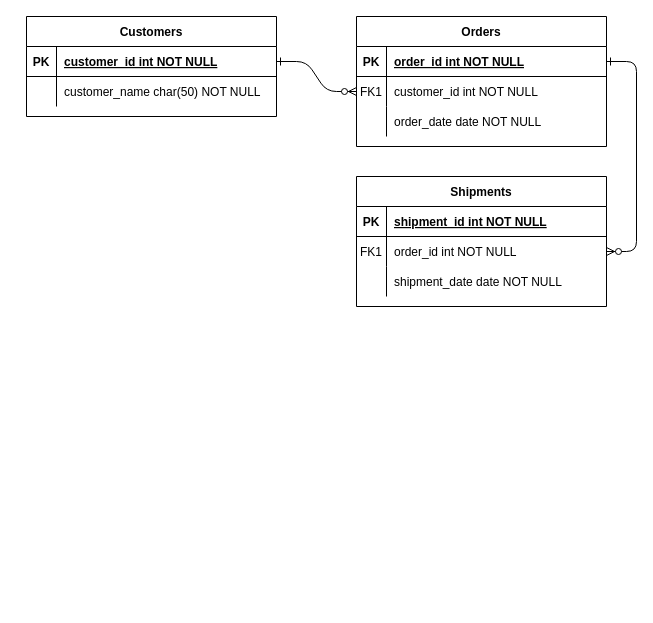
The draw.io diagram ER.drawio in ichiro-ss/paper-share, before the edit. Source tidied: cells renumbered, new cells numbered last; positions are measured from the earlier drawing's top-left corner, leaving out a move shared by most shapes. Both pictures are drawn from the tidied source at 100%, with x=0, y=0 at pixel (26, 16).
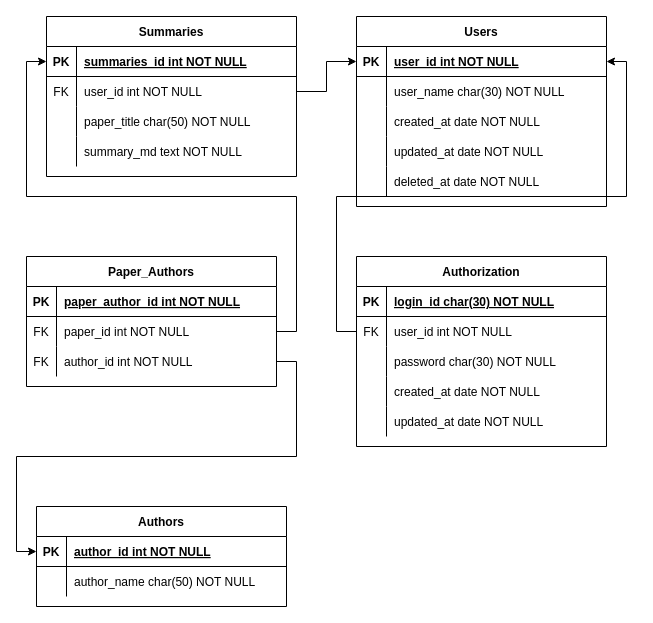
The same page after the edit.

Commit message:
ER.drawio を更新します

Unchanged cells that the change refers to:
```xml
<mxCell id="8" style="shape=partialRectangle;fillColor=none;points=[[0,0.5],[1,0.5]];portConstraint=eastwest;top=0;left=0;right=0;bottom=0;" parent="4" vertex="1">
  <mxGeometry y="60" width="250" height="30" as="geometry" />
</mxCell>
<mxCell id="11" style="shape=partialRectangle;fillColor=none;top=0;left=0;right=0;bottom=0;" parent="4" vertex="1">
  <mxGeometry y="90" width="250" height="30" as="geometry" />
</mxCell>
<mxCell id="15" style="shape=partialRectangle;fillColor=none;points=[[0,0.5],[1,0.5]];portConstraint=eastwest;top=0;left=0;right=0;bottom=1;" parent="14" vertex="1">
  <mxGeometry y="30" width="250" height="30" as="geometry" />
</mxCell>
<mxCell id="18" style="shape=partialRectangle;fillColor=none;points=[[0,0.5],[1,0.5]];portConstraint=eastwest;top=0;left=0;right=0;bottom=0;" parent="14" vertex="1">
  <mxGeometry y="60" width="250" height="30" as="geometry" />
</mxCell>
<mxCell id="25" style="shape=partialRectangle;fillColor=none;points=[[0,0.5],[1,0.5]];portConstraint=eastwest;top=0;left=0;right=0;bottom=1;" parent="24" vertex="1">
  <mxGeometry y="30" width="250" height="30" as="geometry" />
</mxCell>
<mxCell id="28" style="shape=partialRectangle;fillColor=none;points=[[0,0.5],[1,0.5]];portConstraint=eastwest;top=0;left=0;right=0;bottom=0;" parent="24" vertex="1">
  <mxGeometry y="60" width="250" height="30" as="geometry" />
</mxCell>
```

Diff of the diagram source:
```diff
@@
-    <mxCell id="2" style="edgeStyle=entityRelationEdgeStyle;endArrow=ERzeroToMany;startArrow=ERone;endFill=1;startFill=0;" parent="1" edge="1" source="25" target="8">
-      <mxGeometry relative="1" as="geometry" />
-    </mxCell>
-    <mxCell id="3" style="edgeStyle=entityRelationEdgeStyle;endArrow=ERzeroToMany;startArrow=ERone;endFill=1;startFill=0;" parent="1" edge="1" source="5" target="18">
-      <mxGeometry relative="1" as="geometry" />
-    </mxCell>
-    <mxCell id="4" value="Orders" style="shape=table;startSize=30;childLayout=tableLayout;rowLines=0;fontStyle=1;align=center;" parent="1" vertex="1">
-      <mxGeometry x="330" width="250" height="130" as="geometry" />
+    <mxCell id="4" value="Users" style="shape=table;startSize=30;childLayout=tableLayout;rowLines=0;fontStyle=1;align=center;" parent="1" vertex="1">
+      <mxGeometry x="330" width="250" height="190" as="geometry" />
     </mxCell>
-    <mxCell id="5" style="shape=partialRectangle;fillColor=none;points=[[0,0.5],[1,0.5]];portConstraint=eastwest;top=0;left=0;right=0;bottom=1;" parent="4" vertex="1">
-      <mxGeometry y="30" width="250" height="30" as="geometry" />
-    </mxCell>
-    <mxCell id="6" value="PK" style="shape=partialRectangle;overflow=hidden;fillColor=none;top=0;left=0;bottom=0;right=0;fontStyle=1;" parent="5" vertex="1">
-      <mxGeometry width="30" height="30" as="geometry" />
-    </mxCell>
-    <mxCell id="7" value="order_id int NOT NULL " style="shape=partialRectangle;overflow=hidden;fillColor=none;top=0;left=0;bottom=0;right=0;align=left;spacingLeft=6;fontStyle=5;" parent="5" vertex="1">
-      <mxGeometry x="30" width="220" height="30" as="geometry" />
-    </mxCell>
+    <mxCell id="31" style="shape=partialRectangle;fillColor=none;points=[[0,0.5],[1,0.5]];portConstraint=eastwest;top=0;left=0;right=0;bottom=1;" parent="4" vertex="1">
+      <mxGeometry y="30" width="250" height="30" as="geometry" />
+    </mxCell>
+    <mxCell id="32" value="PK" style="shape=partialRectangle;overflow=hidden;fillColor=none;top=0;left=0;bottom=0;right=0;fontStyle=1;" parent="31" vertex="1">
+      <mxGeometry width="30" height="30" as="geometry" />
+    </mxCell>
+    <mxCell id="33" value="user_id int NOT NULL " style="shape=partialRectangle;overflow=hidden;fillColor=none;top=0;left=0;bottom=0;right=0;align=left;spacingLeft=6;fontStyle=5;" parent="31" vertex="1">
+      <mxGeometry x="30" width="220" height="30" as="geometry" />
+    </mxCell>
@@
-    <mxCell id="9" value="FK1" style="shape=partialRectangle;overflow=hidden;fillColor=none;top=0;left=0;bottom=0;right=0;" parent="8" vertex="1">
+    <mxCell id="9" style="shape=partialRectangle;overflow=hidden;fillColor=none;top=0;left=0;bottom=0;right=0;" parent="8" vertex="1">
       <mxGeometry width="30" height="30" as="geometry" />
     </mxCell>
-    <mxCell id="10" value="customer_id int NOT NULL" style="shape=partialRectangle;overflow=hidden;fillColor=none;top=0;left=0;bottom=0;right=0;align=left;spacingLeft=6;" parent="8" vertex="1">
+    <mxCell id="10" value="user_name char(30) NOT NULL" style="shape=partialRectangle;overflow=hidden;fillColor=none;top=0;left=0;bottom=0;right=0;align=left;spacingLeft=6;" parent="8" vertex="1">
       <mxGeometry x="30" width="220" height="30" as="geometry" />
     </mxCell>
@@
-    <mxCell id="13" value="order_date date NOT NULL" style="shape=partialRectangle;overflow=hidden;fillColor=none;top=0;left=0;bottom=0;right=0;align=left;spacingLeft=6;" parent="11" vertex="1">
+    <mxCell id="13" value="created_at date NOT NULL" style="shape=partialRectangle;overflow=hidden;fillColor=none;top=0;left=0;bottom=0;right=0;align=left;spacingLeft=6;" parent="11" vertex="1">
       <mxGeometry x="30" width="220" height="30" as="geometry" />
     </mxCell>
+    <mxCell id="34" style="shape=partialRectangle;fillColor=none;top=0;left=0;right=0;bottom=0;" parent="4" vertex="1">
+      <mxGeometry y="120" width="250" height="30" as="geometry" />
+    </mxCell>
+    <mxCell id="35" style="shape=partialRectangle;overflow=hidden;fillColor=none;top=0;left=0;bottom=0;right=0;" parent="34" vertex="1">
+      <mxGeometry width="30" height="30" as="geometry" />
+    </mxCell>
+    <mxCell id="36" value="updated_at date NOT NULL" style="shape=partialRectangle;overflow=hidden;fillColor=none;top=0;left=0;bottom=0;right=0;align=left;spacingLeft=6;" parent="34" vertex="1">
+      <mxGeometry x="30" width="220" height="30" as="geometry" />
+    </mxCell>
+    <mxCell id="37" style="shape=partialRectangle;fillColor=none;top=0;left=0;right=0;bottom=0;" parent="4" vertex="1">
+      <mxGeometry y="150" width="250" height="30" as="geometry" />
+    </mxCell>
+    <mxCell id="38" style="shape=partialRectangle;overflow=hidden;fillColor=none;top=0;left=0;bottom=0;right=0;" parent="37" vertex="1">
+      <mxGeometry width="30" height="30" as="geometry" />
+    </mxCell>
+    <mxCell id="39" value="deleted_at date NOT NULL" style="shape=partialRectangle;overflow=hidden;fillColor=none;top=0;left=0;bottom=0;right=0;align=left;spacingLeft=6;" parent="37" vertex="1">
+      <mxGeometry x="30" width="220" height="30" as="geometry" />
+    </mxCell>
-    <mxCell id="14" value="Shipments" style="shape=table;startSize=30;childLayout=tableLayout;rowLines=0;fontStyle=1;align=center;" parent="1" vertex="1">
-      <mxGeometry x="330" y="160" width="250" height="130" as="geometry" />
+    <mxCell id="14" value="Authors" style="shape=table;startSize=30;childLayout=tableLayout;rowLines=0;fontStyle=1;align=center;" parent="1" vertex="1">
+      <mxGeometry x="10" y="490" width="250" height="100" as="geometry" />
     </mxCell>
@@
-    <mxCell id="17" value="shipment_id int NOT NULL " style="shape=partialRectangle;overflow=hidden;fillColor=none;top=0;left=0;bottom=0;right=0;align=left;spacingLeft=6;fontStyle=5;" parent="15" vertex="1">
+    <mxCell id="17" value="author_id int NOT NULL " style="shape=partialRectangle;overflow=hidden;fillColor=none;top=0;left=0;bottom=0;right=0;align=left;spacingLeft=6;fontStyle=5;" parent="15" vertex="1">
       <mxGeometry x="30" width="220" height="30" as="geometry" />
     </mxCell>
@@
-    <mxCell id="19" value="FK1" style="shape=partialRectangle;overflow=hidden;fillColor=none;top=0;left=0;bottom=0;right=0;" parent="18" vertex="1">
+    <mxCell id="19" style="shape=partialRectangle;overflow=hidden;fillColor=none;top=0;left=0;bottom=0;right=0;" parent="18" vertex="1">
       <mxGeometry width="30" height="30" as="geometry" />
     </mxCell>
-    <mxCell id="20" value="order_id int NOT NULL" style="shape=partialRectangle;overflow=hidden;fillColor=none;top=0;left=0;bottom=0;right=0;align=left;spacingLeft=6;" parent="18" vertex="1">
+    <mxCell id="20" value="author_name char(50) NOT NULL" style="shape=partialRectangle;overflow=hidden;fillColor=none;top=0;left=0;bottom=0;right=0;align=left;spacingLeft=6;" parent="18" vertex="1">
       <mxGeometry x="30" width="220" height="30" as="geometry" />
     </mxCell>
-    <mxCell id="21" style="shape=partialRectangle;fillColor=none;top=0;left=0;right=0;bottom=0;" parent="14" vertex="1">
-      <mxGeometry y="90" width="250" height="30" as="geometry" />
-    </mxCell>
-    <mxCell id="22" style="shape=partialRectangle;overflow=hidden;fillColor=none;top=0;left=0;bottom=0;right=0;" parent="21" vertex="1">
-      <mxGeometry width="30" height="30" as="geometry" />
-    </mxCell>
-    <mxCell id="23" value="shipment_date date NOT NULL" style="shape=partialRectangle;overflow=hidden;fillColor=none;top=0;left=0;bottom=0;right=0;align=left;spacingLeft=6;" parent="21" vertex="1">
-      <mxGeometry x="30" width="220" height="30" as="geometry" />
-    </mxCell>
-    <mxCell id="24" value="Customers" style="shape=table;startSize=30;childLayout=tableLayout;rowLines=0;fontStyle=1;align=center;" parent="1" vertex="1">
-      <mxGeometry width="250" height="100" as="geometry" />
+    <mxCell id="24" value="Summaries" style="shape=table;startSize=30;childLayout=tableLayout;rowLines=0;fontStyle=1;align=center;" parent="1" vertex="1">
+      <mxGeometry x="20" width="250" height="160" as="geometry" />
     </mxCell>
@@
-    <mxCell id="27" value="customer_id int NOT NULL " style="shape=partialRectangle;overflow=hidden;fillColor=none;top=0;left=0;bottom=0;right=0;align=left;spacingLeft=6;fontStyle=5;" parent="25" vertex="1">
+    <mxCell id="27" value="summaries_id int NOT NULL " style="shape=partialRectangle;overflow=hidden;fillColor=none;top=0;left=0;bottom=0;right=0;align=left;spacingLeft=6;fontStyle=5;" parent="25" vertex="1">
       <mxGeometry x="30" width="220" height="30" as="geometry" />
     </mxCell>
@@
-    <mxCell id="29" style="shape=partialRectangle;overflow=hidden;fillColor=none;top=0;left=0;bottom=0;right=0;" parent="28" vertex="1">
+    <mxCell id="29" value="FK" style="shape=partialRectangle;overflow=hidden;fillColor=none;top=0;left=0;bottom=0;right=0;" parent="28" vertex="1">
       <mxGeometry width="30" height="30" as="geometry" />
     </mxCell>
-    <mxCell id="30" value="customer_name char(50) NOT NULL" style="shape=partialRectangle;overflow=hidden;fillColor=none;top=0;left=0;bottom=0;right=0;align=left;spacingLeft=6;" parent="28" vertex="1">
+    <mxCell id="30" value="user_id int NOT NULL " style="shape=partialRectangle;overflow=hidden;fillColor=none;top=0;left=0;bottom=0;right=0;align=left;spacingLeft=6;" parent="28" vertex="1">
       <mxGeometry x="30" width="220" height="30" as="geometry" />
     </mxCell>
+    <mxCell id="40" style="shape=partialRectangle;fillColor=none;top=0;left=0;right=0;bottom=0;" parent="24" vertex="1">
+      <mxGeometry y="90" width="250" height="30" as="geometry" />
+    </mxCell>
+    <mxCell id="41" style="shape=partialRectangle;overflow=hidden;fillColor=none;top=0;left=0;bottom=0;right=0;" parent="40" vertex="1">
+      <mxGeometry width="30" height="30" as="geometry" />
+    </mxCell>
+    <mxCell id="42" value="paper_title char(50) NOT NULL" style="shape=partialRectangle;overflow=hidden;fillColor=none;top=0;left=0;bottom=0;right=0;align=left;spacingLeft=6;" parent="40" vertex="1">
+      <mxGeometry x="30" width="220" height="30" as="geometry" />
+    </mxCell>
+    <mxCell id="43" style="shape=partialRectangle;fillColor=none;top=0;left=0;right=0;bottom=0;" parent="24" vertex="1">
+      <mxGeometry y="120" width="250" height="30" as="geometry" />
+    </mxCell>
+    <mxCell id="44" style="shape=partialRectangle;overflow=hidden;fillColor=none;top=0;left=0;bottom=0;right=0;" parent="43" vertex="1">
+      <mxGeometry width="30" height="30" as="geometry" />
+    </mxCell>
+    <mxCell id="45" value="summary_md text NOT NULL" style="shape=partialRectangle;overflow=hidden;fillColor=none;top=0;left=0;bottom=0;right=0;align=left;spacingLeft=6;" parent="43" vertex="1">
+      <mxGeometry x="30" width="220" height="30" as="geometry" />
+    </mxCell>
+    <mxCell id="46" value="Authorization" style="shape=table;startSize=30;childLayout=tableLayout;rowLines=0;fontStyle=1;align=center;" parent="1" vertex="1">
+      <mxGeometry x="330" y="240" width="250" height="190" as="geometry" />
+    </mxCell>
+    <mxCell id="47" style="shape=partialRectangle;fillColor=none;top=0;left=0;right=0;bottom=1;" parent="46" vertex="1">
+      <mxGeometry y="30" width="250" height="30" as="geometry" />
+    </mxCell>
+    <mxCell id="48" value="PK" style="shape=partialRectangle;overflow=hidden;fillColor=none;top=0;left=0;bottom=0;right=0;fontStyle=1;" parent="47" vertex="1">
+      <mxGeometry width="30" height="30" as="geometry" />
+    </mxCell>
+    <mxCell id="49" value="login_id char(30) NOT NULL " style="shape=partialRectangle;overflow=hidden;fillColor=none;top=0;left=0;bottom=0;right=0;align=left;spacingLeft=6;fontStyle=5;" parent="47" vertex="1">
+      <mxGeometry x="30" width="220" height="30" as="geometry" />
+    </mxCell>
+    <mxCell id="50" style="shape=partialRectangle;fillColor=none;points=[[0,0.5],[1,0.5]];portConstraint=eastwest;top=0;left=0;right=0;bottom=0;" parent="46" vertex="1">
+      <mxGeometry y="60" width="250" height="30" as="geometry" />
+    </mxCell>
+    <mxCell id="51" value="FK" style="shape=partialRectangle;overflow=hidden;fillColor=none;top=0;left=0;bottom=0;right=0;fontStyle=0;" parent="50" vertex="1">
+      <mxGeometry width="30" height="30" as="geometry" />
+    </mxCell>
+    <mxCell id="52" value="user_id int NOT NULL " style="shape=partialRectangle;overflow=hidden;fillColor=none;top=0;left=0;bottom=0;right=0;align=left;spacingLeft=6;" parent="50" vertex="1">
+      <mxGeometry x="30" width="220" height="30" as="geometry" />
+    </mxCell>
+    <mxCell id="53" style="shape=partialRectangle;fillColor=none;top=0;left=0;right=0;bottom=0;" parent="46" vertex="1">
+      <mxGeometry y="90" width="250" height="30" as="geometry" />
+    </mxCell>
+    <mxCell id="54" style="shape=partialRectangle;overflow=hidden;fillColor=none;top=0;left=0;bottom=0;right=0;" parent="53" vertex="1">
+      <mxGeometry width="30" height="30" as="geometry" />
+    </mxCell>
+    <mxCell id="55" value="password char(30) NOT NULL" style="shape=partialRectangle;overflow=hidden;fillColor=none;top=0;left=0;bottom=0;right=0;align=left;spacingLeft=6;" parent="53" vertex="1">
+      <mxGeometry x="30" width="220" height="30" as="geometry" />
+    </mxCell>
+    <mxCell id="56" style="shape=partialRectangle;fillColor=none;top=0;left=0;right=0;bottom=0;" parent="46" vertex="1">
+      <mxGeometry y="120" width="250" height="30" as="geometry" />
+    </mxCell>
+    <mxCell id="57" style="shape=partialRectangle;overflow=hidden;fillColor=none;top=0;left=0;bottom=0;right=0;" parent="56" vertex="1">
+      <mxGeometry width="30" height="30" as="geometry" />
+    </mxCell>
+    <mxCell id="58" value="created_at date NOT NULL" style="shape=partialRectangle;overflow=hidden;fillColor=none;top=0;left=0;bottom=0;right=0;align=left;spacingLeft=6;" parent="56" vertex="1">
+      <mxGeometry x="30" width="220" height="30" as="geometry" />
+    </mxCell>
+    <mxCell id="59" style="shape=partialRectangle;fillColor=none;top=0;left=0;right=0;bottom=0;" parent="46" vertex="1">
+      <mxGeometry y="150" width="250" height="30" as="geometry" />
+    </mxCell>
+    <mxCell id="60" style="shape=partialRectangle;overflow=hidden;fillColor=none;top=0;left=0;bottom=0;right=0;" parent="59" vertex="1">
+      <mxGeometry width="30" height="30" as="geometry" />
+    </mxCell>
+    <mxCell id="61" value="updated_at date NOT NULL" style="shape=partialRectangle;overflow=hidden;fillColor=none;top=0;left=0;bottom=0;right=0;align=left;spacingLeft=6;" parent="59" vertex="1">
+      <mxGeometry x="30" width="220" height="30" as="geometry" />
+    </mxCell>
+    <mxCell id="62" style="edgeStyle=orthogonalEdgeStyle;rounded=0;jettySize=auto;html=1;" parent="1" edge="1" source="50" target="31">
+      <mxGeometry relative="1" as="geometry" />
+    </mxCell>
+    <mxCell id="63" value="Paper_Authors" style="shape=table;startSize=30;childLayout=tableLayout;rowLines=0;fontStyle=1;align=center;" parent="1" vertex="1">
+      <mxGeometry y="240" width="250" height="130" as="geometry" />
+    </mxCell>
+    <mxCell id="64" style="shape=partialRectangle;fillColor=none;top=0;left=0;right=0;bottom=1;" parent="63" vertex="1">
+      <mxGeometry y="30" width="250" height="30" as="geometry" />
+    </mxCell>
+    <mxCell id="65" value="PK" style="shape=partialRectangle;overflow=hidden;fillColor=none;top=0;left=0;bottom=0;right=0;fontStyle=1;" parent="64" vertex="1">
+      <mxGeometry width="30" height="30" as="geometry" />
+    </mxCell>
+    <mxCell id="66" value="paper_author_id int NOT NULL " style="shape=partialRectangle;overflow=hidden;fillColor=none;top=0;left=0;bottom=0;right=0;align=left;spacingLeft=6;fontStyle=5;" parent="64" vertex="1">
+      <mxGeometry x="30" width="220" height="30" as="geometry" />
+    </mxCell>
+    <mxCell id="67" style="shape=partialRectangle;fillColor=none;points=[[0,0.5],[1,0.5]];portConstraint=eastwest;top=0;left=0;right=0;bottom=0;" parent="63" vertex="1">
+      <mxGeometry y="60" width="250" height="30" as="geometry" />
+    </mxCell>
+    <mxCell id="68" value="FK" style="shape=partialRectangle;overflow=hidden;fillColor=none;top=0;left=0;bottom=0;right=0;" parent="67" vertex="1">
+      <mxGeometry width="30" height="30" as="geometry" />
+    </mxCell>
+    <mxCell id="69" value="paper_id int NOT NULL " style="shape=partialRectangle;overflow=hidden;fillColor=none;top=0;left=0;bottom=0;right=0;align=left;spacingLeft=6;" parent="67" vertex="1">
+      <mxGeometry x="30" width="220" height="30" as="geometry" />
+    </mxCell>
+    <mxCell id="70" style="shape=partialRectangle;fillColor=none;points=[[0,0.5],[1,0.5]];portConstraint=eastwest;top=0;left=0;right=0;bottom=0;" parent="63" vertex="1">
+      <mxGeometry y="90" width="250" height="30" as="geometry" />
+    </mxCell>
+    <mxCell id="71" value="FK" style="shape=partialRectangle;overflow=hidden;fillColor=none;top=0;left=0;bottom=0;right=0;" parent="70" vertex="1">
+      <mxGeometry width="30" height="30" as="geometry" />
+    </mxCell>
+    <mxCell id="72" value="author_id int NOT NULL " style="shape=partialRectangle;overflow=hidden;fillColor=none;top=0;left=0;bottom=0;right=0;align=left;spacingLeft=6;" parent="70" vertex="1">
+      <mxGeometry x="30" width="220" height="30" as="geometry" />
+    </mxCell>
+    <mxCell id="73" style="edgeStyle=orthogonalEdgeStyle;rounded=0;jettySize=auto;html=1;" parent="1" edge="1" source="67" target="25">
+      <mxGeometry relative="1" as="geometry" />
+    </mxCell>
+    <mxCell id="74" style="edgeStyle=orthogonalEdgeStyle;rounded=0;jettySize=auto;html=1;" parent="1" edge="1" source="70" target="15">
+      <mxGeometry relative="1" as="geometry" />
+    </mxCell>
+    <mxCell id="75" style="edgeStyle=orthogonalEdgeStyle;rounded=0;jettySize=auto;html=1;" parent="1" edge="1" source="28" target="31">
+      <mxGeometry relative="1" as="geometry" />
+    </mxCell>
```
